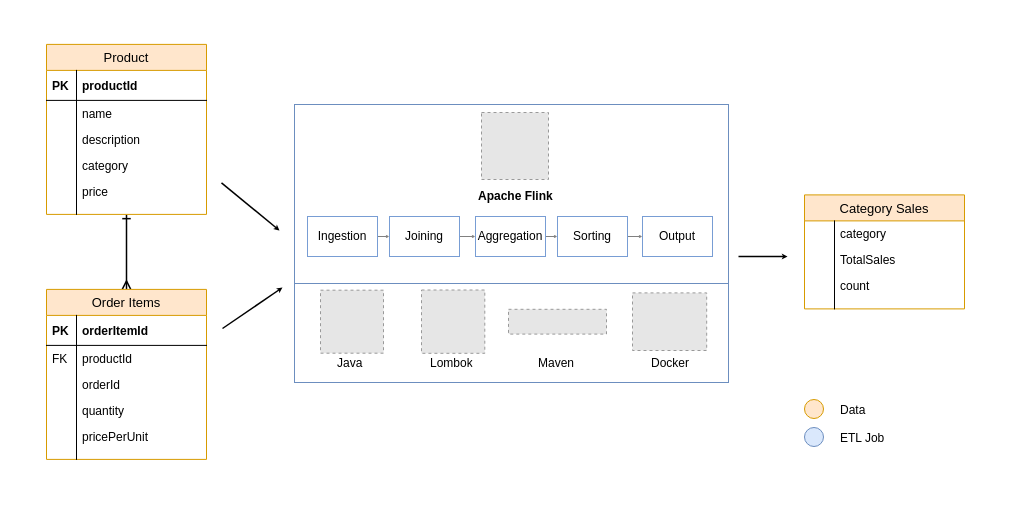
Above: Architecture/RetailAnalytics-ApacheFlink.drawio in yash-analytics/RetailAnalytics-ApacheFlink (draw.io), before the change. Source tidied: cells renumbered, new cells numbered last; positions are measured from the earlier drawing's top-left corner, leaving out a move shared by most shapes. Both pictures are drawn from the tidied source at 100%, with x=0, y=0 at pixel (17, 17). Pictures stored in the file or linked from it are replaced by grey dashed boxes.
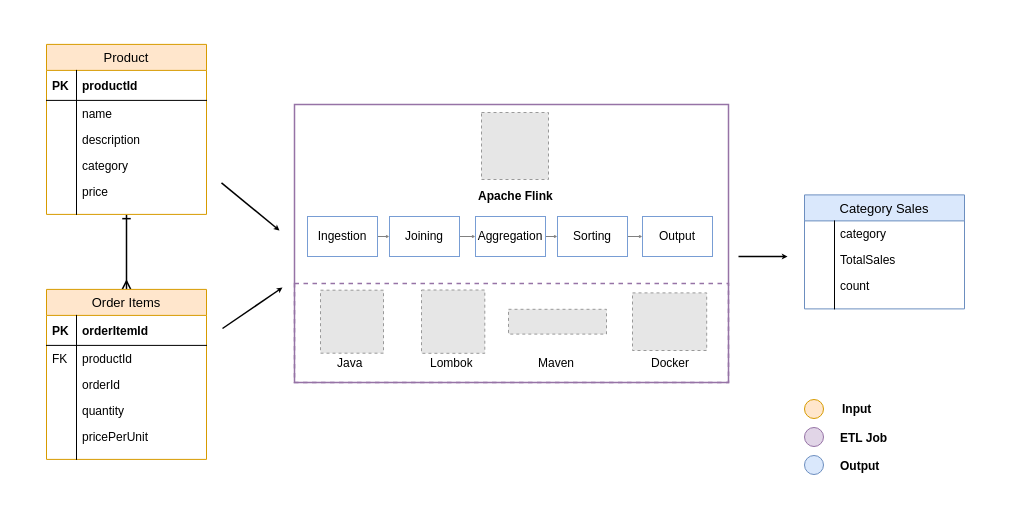
Above is the later version.

Diff of the diagram source:
```diff
@@
-    <mxCell id="3" style="rounded=0;whiteSpace=wrap;html=1;fillColor=none;strokeColor=#6c8ebf;" parent="1" vertex="1">
+    <mxCell id="3" style="rounded=0;whiteSpace=wrap;html=1;fillColor=none;strokeColor=#9673a6;strokeWidth=1.5;" parent="1" vertex="1">
       <mxGeometry x="277" y="87" width="434" height="278" as="geometry" />
     </mxCell>
-    <mxCell id="4" value="Category Sales" style="swimlane;fontStyle=0;horizontal=1;startSize=26;fillColor=#ffe6cc;swimlaneFillColor=#ffffff;align=center;strokeWidth=1;fontSize=13;strokeColor=#d79b00;" parent="1" vertex="1">
+    <mxCell id="4" value="Category Sales" style="swimlane;fontStyle=0;horizontal=1;startSize=26;fillColor=#dae8fc;swimlaneFillColor=#ffffff;align=center;strokeWidth=1;fontSize=13;strokeColor=#6c8ebf;" parent="1" vertex="1">
       <mxGeometry x="787" y="177.4" width="160" height="114" as="geometry" />
     </mxCell>
@@
-    <mxCell id="43" style="rounded=0;whiteSpace=wrap;html=1;fillColor=none;strokeColor=#6c8ebf;" parent="1" vertex="1">
+    <mxCell id="43" style="rounded=0;whiteSpace=wrap;html=1;fillColor=none;strokeColor=#9673a6;dashed=1;strokeWidth=1.5;" parent="1" vertex="1">
       <mxGeometry x="277" y="266" width="434" height="99" as="geometry" />
     </mxCell>
@@
-    <mxCell id="64" style="ellipse;whiteSpace=wrap;html=1;fillColor=#ffe6cc;strokeColor=#d79b00;" parent="1" vertex="1">
+    <mxCell id="64" style="ellipse;whiteSpace=wrap;html=1;fillColor=#ffe6cc;strokeColor=#d79b00;fontStyle=1;" parent="1" vertex="1">
       <mxGeometry x="787" y="382" width="19" height="19" as="geometry" />
     </mxCell>
-    <mxCell id="65" style="ellipse;whiteSpace=wrap;html=1;fillColor=#dae8fc;strokeColor=#6c8ebf;" parent="1" vertex="1">
+    <mxCell id="65" style="ellipse;whiteSpace=wrap;html=1;fillColor=#e1d5e7;strokeColor=#9673a6;fontStyle=1;" parent="1" vertex="1">
       <mxGeometry x="787" y="410" width="19" height="19" as="geometry" />
     </mxCell>
-    <mxCell id="66" value="Data" style="shape=partialRectangle;top=0;left=0;right=0;bottom=0;align=left;verticalAlign=top;fillColor=none;spacingLeft=34;spacingRight=4;overflow=hidden;fontStyle=0;" parent="1" vertex="1">
-      <mxGeometry x="787" y="378.5" width="82" height="26" as="geometry" />
+    <mxCell id="66" value="Output" style="shape=partialRectangle;top=0;left=0;right=0;bottom=0;align=left;verticalAlign=top;fillColor=none;spacingLeft=34;spacingRight=4;overflow=hidden;fontStyle=1;" parent="1" vertex="1">
+      <mxGeometry x="787" y="434.5" width="82" height="26" as="geometry" />
     </mxCell>
-    <mxCell id="67" value="ETL Job" style="shape=partialRectangle;top=0;left=0;right=0;bottom=0;align=left;verticalAlign=top;fillColor=none;spacingLeft=34;spacingRight=4;overflow=hidden;fontStyle=0;" parent="1" vertex="1">
+    <mxCell id="67" value="ETL Job" style="shape=partialRectangle;top=0;left=0;right=0;bottom=0;align=left;verticalAlign=top;fillColor=none;spacingLeft=34;spacingRight=4;overflow=hidden;fontStyle=1;" parent="1" vertex="1">
       <mxGeometry x="787" y="406.5" width="150" height="26" as="geometry" />
     </mxCell>
+    <mxCell id="68" style="ellipse;whiteSpace=wrap;html=1;fillColor=#dae8fc;strokeColor=#6c8ebf;fontStyle=1;" parent="1" vertex="1">
+      <mxGeometry x="787" y="438" width="19" height="19" as="geometry" />
+    </mxCell>
+    <mxCell id="69" value="Input" style="shape=partialRectangle;top=0;left=0;right=0;bottom=0;align=left;verticalAlign=top;fillColor=none;spacingLeft=34;spacingRight=4;overflow=hidden;fontStyle=1;" parent="1" vertex="1">
+      <mxGeometry x="789" y="377.5" width="82" height="26" as="geometry" />
+    </mxCell>
```
